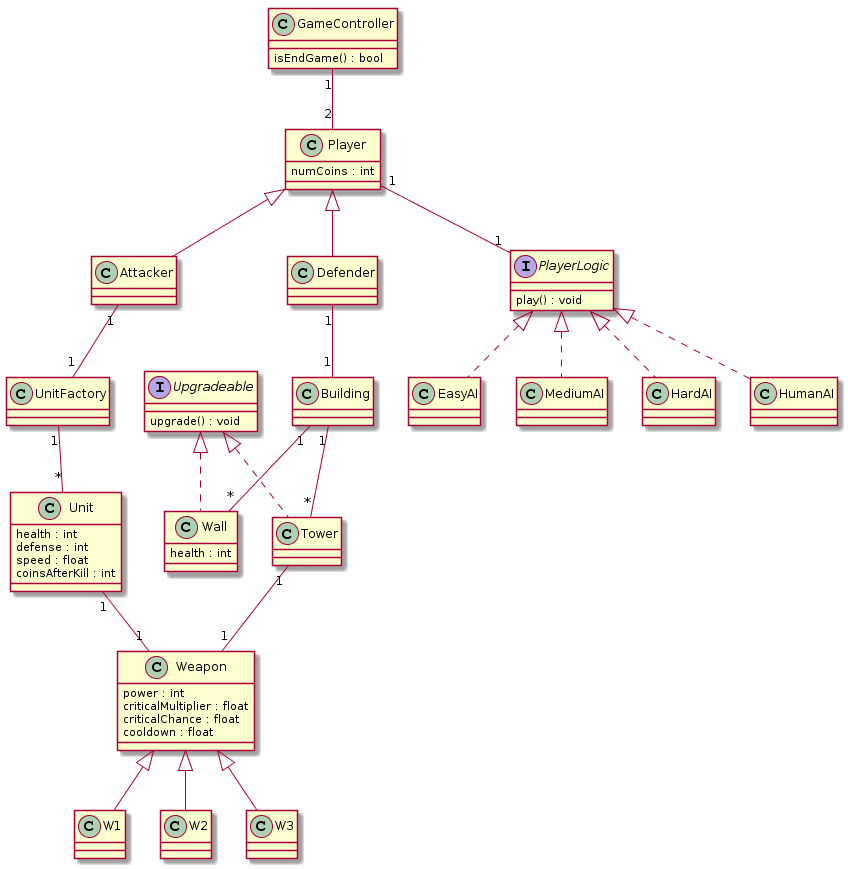
Above: uml_diagrams/classDiagram.png in NestorTejero/ES2016B (PlantUML), before the change.
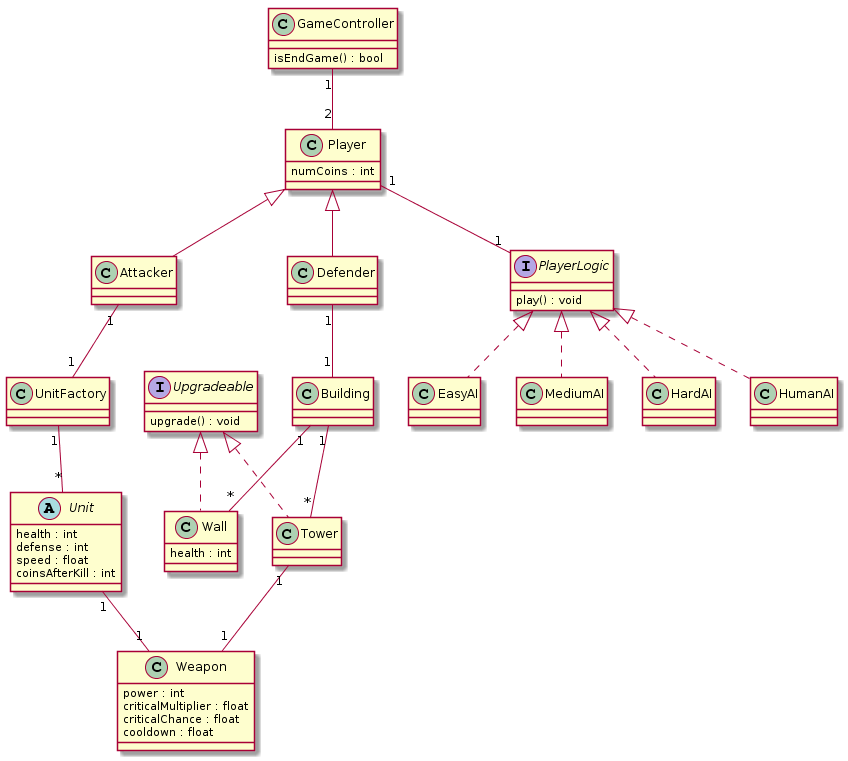
Later version of the same file.

Commit message:
This closes issue #32 - Modified class diagram, no inheritance needed

The edit, as a diff of the source:
```diff
@@ -35,7 +35,7 @@
     upgrade() : void
 }
 
-class Unit {
+abstract class Unit {
     health : int
     defense : int
     speed : float
@@ -60,13 +60,6 @@
 Unit "1" -- "1" Weapon
 Tower "1" -- "1" Weapon
 
-class W1 extends Weapon {
-}
-class W2 extends Weapon {
-}
-class W3 extends Weapon {
-}
-
 class Building {
 }
 
```
